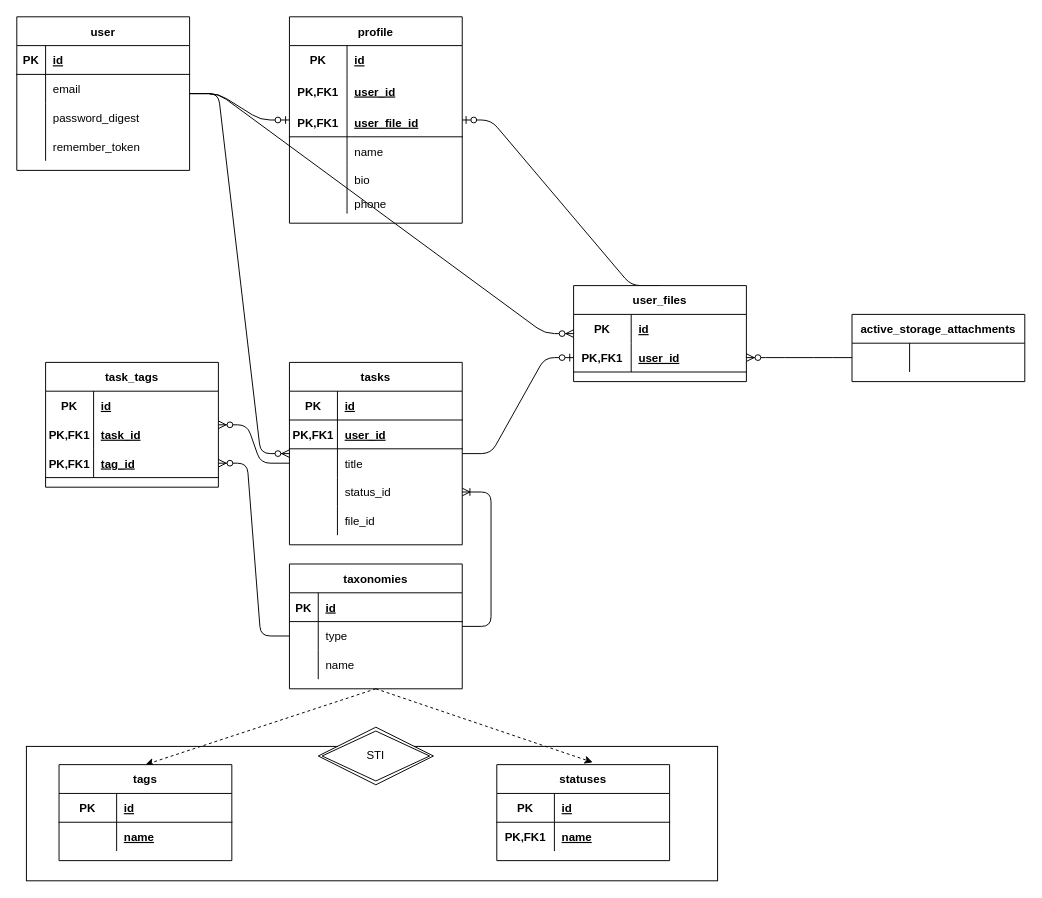
Earlier version of the draw.io diagram er.dio (shun0918/rails7-test). Source tidied: cells renumbered, new cells numbered last; positions are measured from the earlier drawing's top-left corner, leaving out a move shared by most shapes. Both pictures are drawn from the tidied source at 96%, with x=0, y=0 at pixel (16, 16).
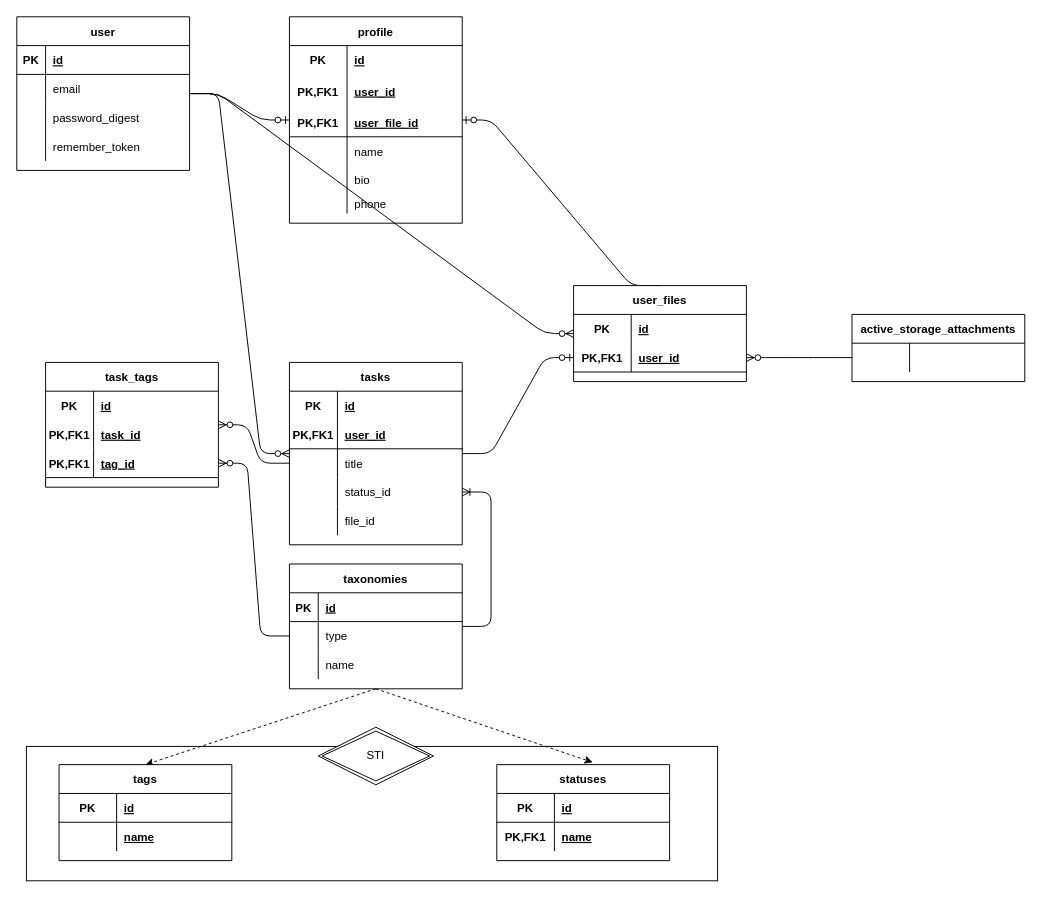
Above is the later version.

Unchanged cells that the change refers to:
```xml
<mxCell id="61" value="tasks" style="shape=table;startSize=30;childLayout=tableLayout;rowLines=0;fontStyle=1;align=center;" parent="1" vertex="1">
  <mxGeometry x="284" y="360" width="180" height="190" as="geometry" />
</mxCell>
```

What changed in the source:
```diff
@@
-    <mxCell id="62" style="shape=partialRectangle;fillColor=none;top=0;left=0;bottom=1;right=0;" parent="61" vertex="1">
+    <mxCell id="62" style="shape=partialRectangle;fillColor=none;top=0;left=0;bottom=1;right=0;strokeColor=none;" parent="61" vertex="1">
       <mxGeometry y="30" width="180" height="30" as="geometry" />
     </mxCell>
```
